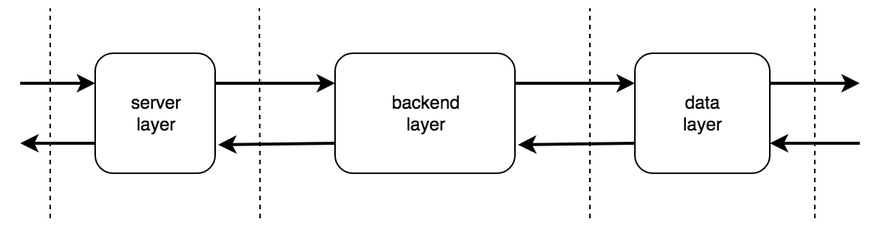
This is design_lifetimes_system3.png from toidiu/talk_rust_belt_rust_2019, a draw.io export, as it was before one commit. Source tidied: cells renumbered, new cells last; positions are measured from the earlier drawing's top-left corner, leaving out a move shared by most shapes.
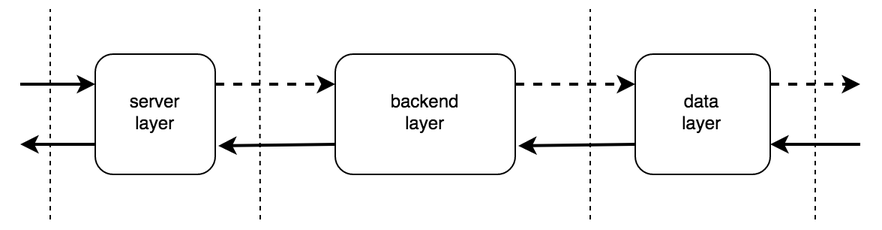
After the commit.

Change to the diagram source:
```diff
@@ -23,12 +23,12 @@
     <mxCell id="6" value="&lt;div&gt;data&lt;/div&gt;&lt;div&gt;layer&lt;br&gt;&lt;/div&gt;" style="rounded=1;whiteSpace=wrap;html=1;" parent="1" vertex="1">
       <mxGeometry x="410" y="30" width="90" height="80" as="geometry" />
     </mxCell>
-    <mxCell id="7" style="endArrow=classic;html=1;strokeWidth=2;endSize=6;startSize=6;entryX=0;entryY=0.25;entryDx=0;entryDy=0;" parent="1" edge="1" target="5">
+    <mxCell id="7" style="endArrow=classic;html=1;strokeWidth=2;endSize=6;startSize=6;entryX=0;entryY=0.25;entryDx=0;entryDy=0;dashed=1;" parent="1" edge="1" target="5">
       <mxGeometry relative="1" as="geometry">
         <mxPoint x="130" y="50" as="sourcePoint" />
       </mxGeometry>
     </mxCell>
-    <mxCell id="8" style="endArrow=classic;html=1;strokeWidth=2;endSize=6;startSize=6;" parent="1" edge="1">
+    <mxCell id="8" style="endArrow=classic;html=1;strokeWidth=2;endSize=6;startSize=6;dashed=1;" parent="1" edge="1">
       <mxGeometry relative="1" as="geometry">
         <mxPoint x="330" y="50" as="sourcePoint" />
         <mxPoint x="410" y="50" as="targetPoint" />
@@ -39,7 +39,7 @@
         <mxPoint y="50" as="sourcePoint" />
       </mxGeometry>
     </mxCell>
-    <mxCell id="10" style="endArrow=classic;html=1;strokeWidth=2;endSize=6;startSize=6;exitX=1;exitY=0.25;exitDx=0;exitDy=0;" parent="1" edge="1" source="6">
+    <mxCell id="10" style="endArrow=classic;html=1;strokeWidth=2;endSize=6;startSize=6;exitX=1;exitY=0.25;exitDx=0;exitDy=0;dashed=1;" parent="1" edge="1" source="6">
       <mxGeometry relative="1" as="geometry">
         <mxPoint x="560" y="50" as="targetPoint" />
       </mxGeometry>
```
